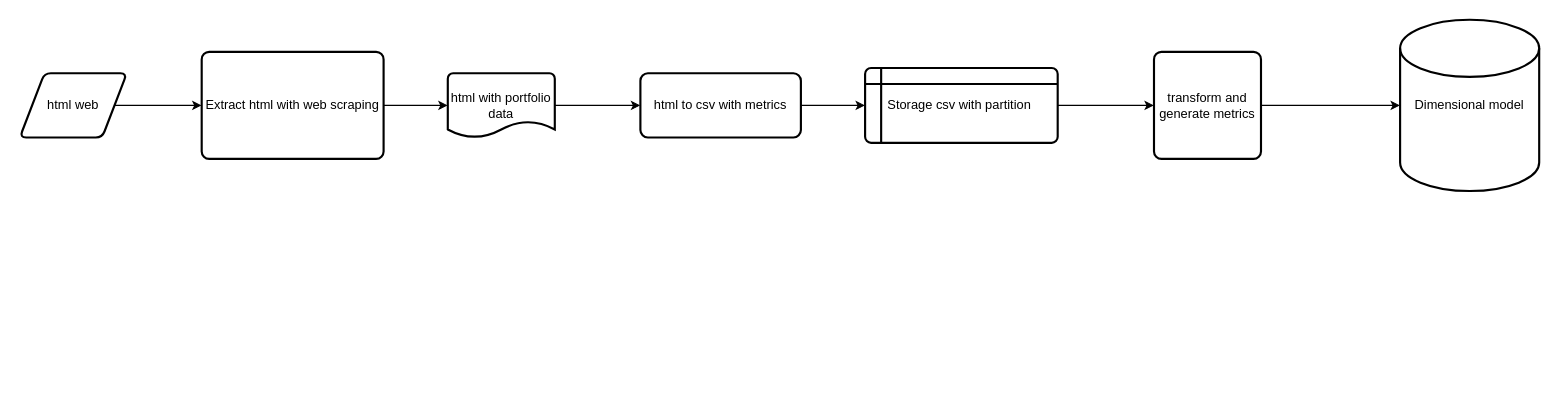
This is UML/data_pipelines.drawio from Tomasteawita/white_finance, a draw.io file, before an edit. Source tidied: cells renumbered, new cells numbered last; positions are measured from the earlier drawing's top-left corner, leaving out a move shared by most shapes. Both pictures are drawn from the tidied source at 107%, with x=0, y=0 at pixel (19, 19).
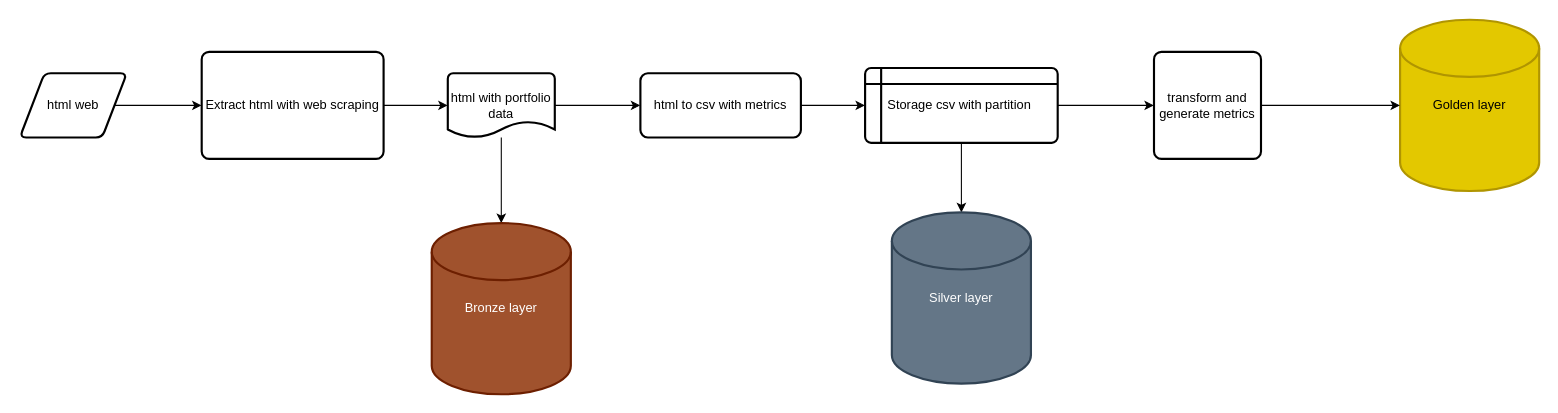
The same diagram, later.

Commit message:
Doc Update data pipeline with bronze, silver and gold layers

Change to the diagram source:
```diff
@@
 <mxGraphModel>
   <root>
     <mxCell id="0" />
     <mxCell id="1" parent="0" />
     <mxCell id="2" style="edgeStyle=none;html=1;" parent="1" edge="1" source="3" target="5">
       <mxGeometry relative="1" as="geometry" />
     </mxCell>
     <mxCell id="3" value="html web" style="shape=parallelogram;html=1;strokeWidth=2;perimeter=parallelogramPerimeter;whiteSpace=wrap;rounded=1;arcSize=12;size=0.23;" parent="1" vertex="1">
       <mxGeometry y="50" width="100" height="60" as="geometry" />
     </mxCell>
     <mxCell id="4" style="edgeStyle=none;html=1;" parent="1" edge="1" source="5" target="7">
       <mxGeometry relative="1" as="geometry" />
     </mxCell>
     <mxCell id="5" value="Extract html with web scraping" style="rounded=1;whiteSpace=wrap;html=1;absoluteArcSize=1;arcSize=14;strokeWidth=2;" parent="1" vertex="1">
       <mxGeometry x="170" y="30" width="170" height="100" as="geometry" />
     </mxCell>
     <mxCell id="6" style="edgeStyle=none;html=1;entryX=0;entryY=0.5;entryDx=0;entryDy=0;" parent="1" edge="1" source="7" target="9">
       <mxGeometry relative="1" as="geometry" />
     </mxCell>
+    <mxCell id="15" style="edgeStyle=none;html=1;" parent="1" edge="1" source="7" target="17">
+      <mxGeometry relative="1" as="geometry" />
+    </mxCell>
     <mxCell id="7" value="html with portfolio data" style="strokeWidth=2;html=1;shape=mxgraph.flowchart.document2;whiteSpace=wrap;size=0.25;" parent="1" vertex="1">
       <mxGeometry x="400" y="50" width="100" height="60" as="geometry" />
     </mxCell>
     <mxCell id="8" style="edgeStyle=none;html=1;entryX=0;entryY=0.5;entryDx=0;entryDy=0;" parent="1" edge="1" source="9" target="14">
       <mxGeometry relative="1" as="geometry" />
     </mxCell>
     <mxCell id="9" value="html to csv with metrics" style="rounded=1;whiteSpace=wrap;html=1;absoluteArcSize=1;arcSize=14;strokeWidth=2;" parent="1" vertex="1">
       <mxGeometry x="580" y="50" width="150" height="60" as="geometry" />
     </mxCell>
-    <mxCell id="10" value="Dimensional model" style="strokeWidth=2;html=1;shape=mxgraph.flowchart.database;whiteSpace=wrap;" parent="1" vertex="1">
+    <mxCell id="10" value="Golden layer" style="strokeWidth=2;html=1;shape=mxgraph.flowchart.database;whiteSpace=wrap;fillColor=#e3c800;fontColor=#000000;strokeColor=#B09500;" parent="1" vertex="1">
       <mxGeometry x="1290" width="130" height="160" as="geometry" />
     </mxCell>
     <mxCell id="11" style="edgeStyle=none;html=1;" parent="1" edge="1" source="12" target="10">
       <mxGeometry relative="1" as="geometry" />
     </mxCell>
     <mxCell id="12" value="transform and generate metrics" style="rounded=1;whiteSpace=wrap;html=1;absoluteArcSize=1;arcSize=14;strokeWidth=2;" parent="1" vertex="1">
       <mxGeometry x="1060" y="30" width="100" height="100" as="geometry" />
     </mxCell>
     <mxCell id="13" style="edgeStyle=none;html=1;entryX=0;entryY=0.5;entryDx=0;entryDy=0;" parent="1" edge="1" source="14" target="12">
       <mxGeometry relative="1" as="geometry" />
     </mxCell>
+    <mxCell id="16" style="edgeStyle=none;html=1;" parent="1" edge="1" source="14" target="18">
+      <mxGeometry relative="1" as="geometry" />
+    </mxCell>
     <mxCell id="14" value="Storage csv with partition&amp;nbsp;" style="shape=internalStorage;whiteSpace=wrap;html=1;dx=15;dy=15;rounded=1;arcSize=8;strokeWidth=2;" parent="1" vertex="1">
       <mxGeometry x="790" y="45" width="180" height="70" as="geometry" />
     </mxCell>
+    <mxCell id="17" value="Bronze layer" style="strokeWidth=2;html=1;shape=mxgraph.flowchart.database;whiteSpace=wrap;fillColor=#a0522d;fontColor=#ffffff;strokeColor=#6D1F00;" parent="1" vertex="1">
+      <mxGeometry x="385" y="190" width="130" height="160" as="geometry" />
+    </mxCell>
+    <mxCell id="18" value="Silver layer" style="strokeWidth=2;html=1;shape=mxgraph.flowchart.database;whiteSpace=wrap;fillColor=#647687;fontColor=#ffffff;strokeColor=#314354;" parent="1" vertex="1">
+      <mxGeometry x="815" y="180" width="130" height="160" as="geometry" />
+    </mxCell>
   </root>
 </mxGraphModel>
```
